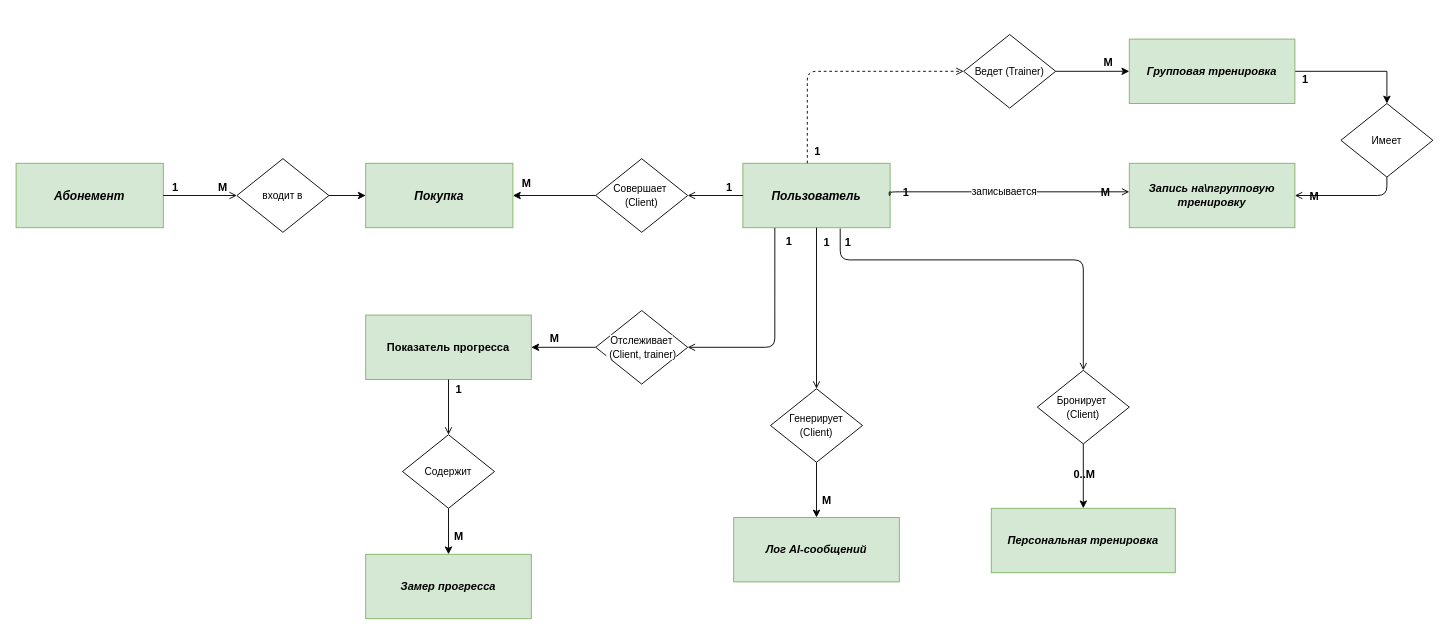
This is docs/er-conceptual.drawio from amir-kkk/fitnes_center, a draw.io file, before an edit. Source tidied: cells renumbered, new cells numbered last; positions are measured from the earlier drawing's top-left corner, leaving out a move shared by most shapes. Both pictures are drawn from the tidied source at 92%, with x=0, y=0 at pixel (16, 34).
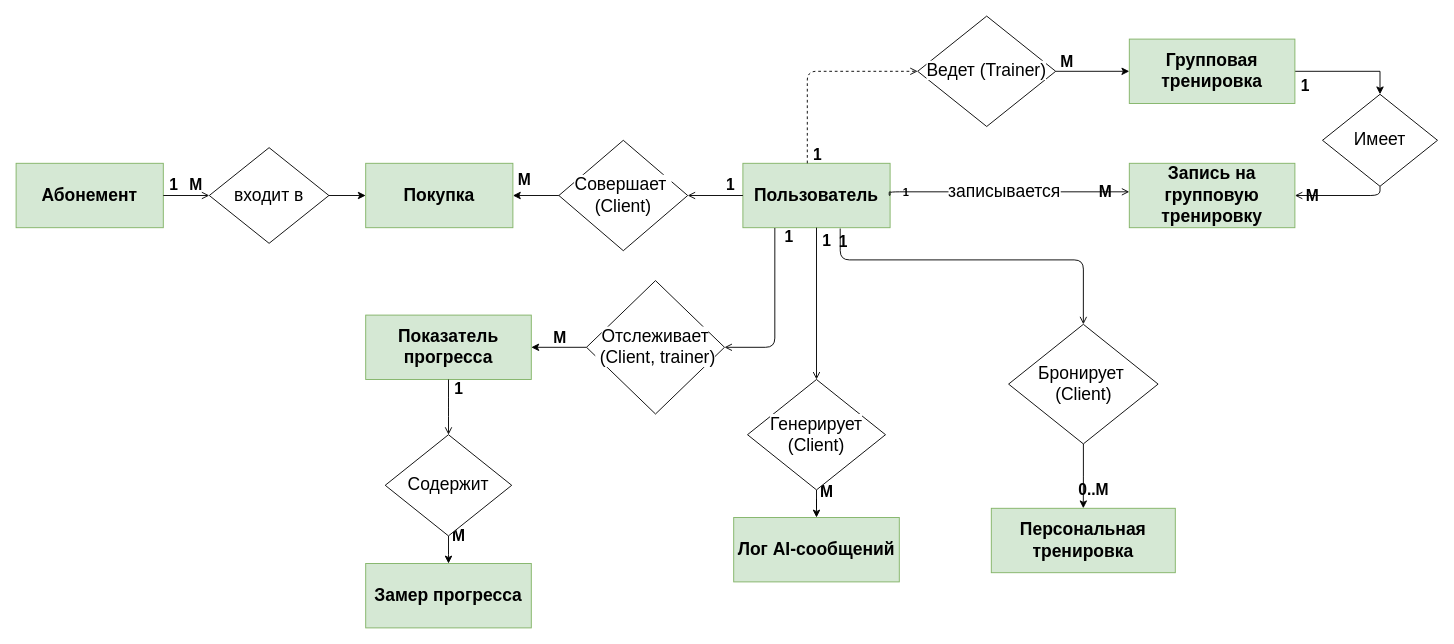
Above is the later version.

The change refers to these unchanged cells:
```xml
<mxCell id="12" style="edgeStyle=orthogonalEdgeStyle;html=1;exitX=0;exitY=0.5;exitDx=0;exitDy=0;fontSize=11;endArrow=open;endFill=0;" parent="1" edge="1" source="2" target="42">
  <mxGeometry relative="1" as="geometry" />
</mxCell>
<mxCell id="15" style="edgeStyle=orthogonalEdgeStyle;html=1;fontSize=11;endArrow=open;endFill=0;entryX=0;entryY=0.5;entryDx=0;entryDy=0;" parent="1" edge="1" source="3" target="40">
  <mxGeometry relative="1" as="geometry" />
</mxCell>
<mxCell id="21" style="edgeStyle=orthogonalEdgeStyle;html=1;fontSize=11;endArrow=open;endFill=0;exitX=0.5;exitY=1;exitDx=0;exitDy=0;" parent="1" edge="1" source="47" target="7">
  <mxGeometry relative="1" as="geometry" />
</mxCell>
<mxCell id="24" style="edgeStyle=orthogonalEdgeStyle;html=1;fontSize=11;endArrow=open;endFill=0;dashed=1;entryX=0;entryY=0.5;entryDx=0;entryDy=0;" parent="1" edge="1" source="2" target="44">
  <mxGeometry x="0.19" relative="1" as="geometry">
    <Array as="points">
      <mxPoint x="860" y="40" />
    </Array>
  </mxGeometry>
</mxCell>
<mxCell id="27" style="edgeStyle=orthogonalEdgeStyle;html=1;fontSize=11;endArrow=open;endFill=0;dashed=0;entryX=0.5;entryY=0;entryDx=0;entryDy=0;exitX=0.661;exitY=1.013;exitDx=0;exitDy=0;exitPerimeter=0;" parent="1" edge="1" source="2" target="46">
  <mxGeometry relative="1" as="geometry">
    <Array as="points">
      <mxPoint x="896" y="245" />
      <mxPoint x="1160" y="245" />
    </Array>
  </mxGeometry>
</mxCell>
<mxCell id="30" style="edgeStyle=orthogonalEdgeStyle;html=1;fontSize=11;endArrow=open;endFill=0;exitX=0.217;exitY=1.005;exitDx=0;exitDy=0;exitPerimeter=0;entryX=1;entryY=0.5;entryDx=0;entryDy=0;" parent="1" edge="1" source="2" target="49">
  <mxGeometry relative="1" as="geometry">
    <Array as="points">
      <mxPoint x="825" y="340" />
    </Array>
  </mxGeometry>
</mxCell>
<mxCell id="33" style="edgeStyle=orthogonalEdgeStyle;html=1;fontSize=11;endArrow=open;endFill=0;" parent="1" edge="1" source="9" target="51">
  <mxGeometry relative="1" as="geometry" />
</mxCell>
<mxCell id="36" style="edgeStyle=orthogonalEdgeStyle;html=1;fontSize=11;endArrow=open;endFill=0;" parent="1" edge="1" source="2" target="53">
  <mxGeometry relative="1" as="geometry" />
</mxCell>
```

What changed in the source:
```diff
@@
-    <mxCell id="2" value="&lt;i&gt;Пользователь&lt;/i&gt;" style="rectangle;whiteSpace=wrap;html=1;fillColor=#d5e8d4;strokeColor=#82b366;fontSize=13;fontStyle=1;" parent="1" vertex="1">
+    <mxCell id="2" value="&lt;span&gt;Пользователь&lt;/span&gt;" style="rectangle;whiteSpace=wrap;html=1;fillColor=#d5e8d4;strokeColor=#82b366;fontSize=19;fontStyle=1;" parent="1" vertex="1">
       <mxGeometry x="790" y="140" width="160" height="70" as="geometry" />
     </mxCell>
-    <mxCell id="3" value="&lt;i&gt;Абонемент&lt;/i&gt;" style="rectangle;whiteSpace=wrap;html=1;fillColor=#d5e8d4;strokeColor=#82b366;fontSize=13;fontStyle=1;" parent="1" vertex="1">
+    <mxCell id="3" value="&lt;span&gt;Абонемент&lt;/span&gt;" style="rectangle;whiteSpace=wrap;html=1;fillColor=#d5e8d4;strokeColor=#82b366;fontSize=19;fontStyle=1;" parent="1" vertex="1">
       <mxGeometry y="140" width="160" height="70" as="geometry" />
     </mxCell>
-    <mxCell id="4" value="&lt;i&gt;Покупка&lt;/i&gt;" style="rectangle;whiteSpace=wrap;html=1;fillColor=#d5e8d4;strokeColor=#82b366;fontSize=13;fontStyle=1;" parent="1" vertex="1">
+    <mxCell id="4" value="&lt;span&gt;Покупка&lt;/span&gt;" style="rectangle;whiteSpace=wrap;html=1;fillColor=#d5e8d4;strokeColor=#82b366;fontSize=19;fontStyle=1;" parent="1" vertex="1">
       <mxGeometry x="380" y="140" width="160" height="70" as="geometry" />
     </mxCell>
@@
-    <mxCell id="6" value="&lt;i&gt;Групповая тренировка&lt;/i&gt;" style="rectangle;whiteSpace=wrap;html=1;fillColor=#d5e8d4;strokeColor=#82b366;fontSize=12;fontStyle=1;" parent="1" vertex="1">
+    <mxCell id="6" value="&lt;span&gt;Групповая тренировка&lt;/span&gt;" style="rectangle;whiteSpace=wrap;html=1;fillColor=#d5e8d4;strokeColor=#82b366;fontSize=19;fontStyle=1;" parent="1" vertex="1">
       <mxGeometry x="1210" y="5" width="180" height="70" as="geometry" />
     </mxCell>
-    <mxCell id="7" value="&lt;i&gt;Запись на\nгрупповую тренировку&lt;/i&gt;" style="rectangle;whiteSpace=wrap;html=1;fillColor=#d5e8d4;strokeColor=#82b366;fontSize=12;fontStyle=1;" parent="1" vertex="1">
+    <mxCell id="7" value="&lt;span&gt;Запись на групповую тренировку&lt;/span&gt;" style="rectangle;whiteSpace=wrap;html=1;fillColor=#d5e8d4;strokeColor=#82b366;fontSize=19;fontStyle=1;" parent="1" vertex="1">
       <mxGeometry x="1210" y="140" width="180" height="70" as="geometry" />
     </mxCell>
-    <mxCell id="8" value="&lt;i&gt;Персональная тренировка&lt;/i&gt;" style="rectangle;whiteSpace=wrap;html=1;fillColor=#d5e8d4;strokeColor=#82b366;fontSize=12;fontStyle=1;" parent="1" vertex="1">
+    <mxCell id="8" value="&lt;span&gt;Персональная тренировка&lt;/span&gt;" style="rectangle;whiteSpace=wrap;html=1;fillColor=#d5e8d4;strokeColor=#82b366;fontSize=19;fontStyle=1;" parent="1" vertex="1">
       <mxGeometry x="1060" y="515" width="200" height="70" as="geometry" />
     </mxCell>
-    <mxCell id="9" value="Показатель прогресса" style="rectangle;whiteSpace=wrap;html=1;fillColor=#d5e8d4;strokeColor=#82b366;fontSize=12;fontStyle=1;" parent="1" vertex="1">
+    <mxCell id="9" value="Показатель прогресса" style="rectangle;whiteSpace=wrap;html=1;fillColor=#d5e8d4;strokeColor=#82b366;fontSize=19;fontStyle=1;" parent="1" vertex="1">
       <mxGeometry x="380" y="305" width="180" height="70" as="geometry" />
     </mxCell>
-    <mxCell id="10" value="&lt;i&gt;Замер прогресса&lt;/i&gt;" style="rectangle;whiteSpace=wrap;html=1;fillColor=#d5e8d4;strokeColor=#82b366;fontSize=12;fontStyle=1;" parent="1" vertex="1">
-      <mxGeometry x="380" y="565" width="180" height="70" as="geometry" />
+    <mxCell id="10" value="&lt;span&gt;Замер прогресса&lt;/span&gt;" style="rectangle;whiteSpace=wrap;html=1;fillColor=#d5e8d4;strokeColor=#82b366;fontSize=19;fontStyle=1;" parent="1" vertex="1">
+      <mxGeometry x="380" y="575" width="180" height="70" as="geometry" />
     </mxCell>
-    <mxCell id="11" value="&lt;i&gt;Лог AI-сообщений&lt;/i&gt;" style="rectangle;whiteSpace=wrap;html=1;fillColor=#d5e8d4;strokeColor=#82b366;fontSize=12;fontStyle=1;" parent="1" vertex="1">
+    <mxCell id="11" value="&lt;span&gt;Лог AI-сообщений&lt;/span&gt;" style="rectangle;whiteSpace=wrap;html=1;fillColor=#d5e8d4;strokeColor=#82b366;fontSize=19;fontStyle=1;" parent="1" vertex="1">
       <mxGeometry x="780" y="525" width="180" height="70" as="geometry" />
     </mxCell>
@@
-    <mxCell id="13" value="1" style="html=1;align=left;verticalAlign=bottom;fontSize=12;fontStyle=1;" parent="12" vertex="1">
+    <mxCell id="13" value="1" style="html=1;align=left;verticalAlign=bottom;fontSize=17;fontStyle=1;" parent="12" vertex="1">
       <mxGeometry x="-0.8" relative="1" as="geometry">
         <mxPoint x="-14" as="offset" />
       </mxGeometry>
     </mxCell>
-    <mxCell id="14" value="M" style="html=1;align=right;verticalAlign=bottom;fontSize=12;fontStyle=1;" parent="12" vertex="1">
+    <mxCell id="14" value="M" style="html=1;align=right;verticalAlign=bottom;fontSize=17;fontStyle=1;" parent="12" vertex="1">
       <mxGeometry x="0.8" relative="1" as="geometry">
         <mxPoint x="-176" y="-5" as="offset" />
       </mxGeometry>
     </mxCell>
@@
-    <mxCell id="16" value="1" style="html=1;align=left;verticalAlign=bottom;fontSize=12;fontStyle=1;" parent="15" vertex="1">
+    <mxCell id="16" value="1" style="html=1;align=left;verticalAlign=bottom;fontSize=17;fontStyle=1;" parent="15" vertex="1">
       <mxGeometry x="-0.8" relative="1" as="geometry" />
     </mxCell>
-    <mxCell id="17" value="M" style="html=1;align=right;verticalAlign=bottom;fontSize=12;fontStyle=1;" parent="15" vertex="1">
+    <mxCell id="17" value="M" style="html=1;align=right;verticalAlign=bottom;fontSize=17;fontStyle=1;" parent="15" vertex="1">
       <mxGeometry x="0.8" relative="1" as="geometry">
         <mxPoint x="-2" as="offset" />
       </mxGeometry>
     </mxCell>
-    <mxCell id="18" value="записывается" style="edgeStyle=orthogonalEdgeStyle;html=1;fontSize=11;endArrow=open;endFill=0;exitX=1.002;exitY=0.439;exitDx=0;exitDy=0;exitPerimeter=0;" parent="1" edge="1" source="2" target="7">
+    <mxCell id="18" value="записывается" style="edgeStyle=orthogonalEdgeStyle;html=1;fontSize=19;endArrow=open;endFill=0;exitX=1.002;exitY=0.439;exitDx=0;exitDy=0;exitPerimeter=0;" parent="1" edge="1" source="2" target="7">
       <mxGeometry relative="1" as="geometry">
         <Array as="points">
           <mxPoint x="949" y="171" />
           <mxPoint x="949" y="175" />
           <mxPoint x="950" y="175" />
           <mxPoint x="950" y="171" />
         </Array>
       </mxGeometry>
     </mxCell>
@@
-    <mxCell id="20" value="M" style="html=1;fontSize=12;fontStyle=1;" parent="18" vertex="1">
+    <mxCell id="20" value="M" style="html=1;fontSize=17;fontStyle=1;" parent="18" vertex="1">
       <mxGeometry x="0.8" relative="1" as="geometry" />
     </mxCell>
@@
-    <mxCell id="22" value="1" style="html=1;fontSize=12;fontStyle=1;" parent="21" vertex="1">
+    <mxCell id="22" value="1" style="html=1;fontSize=17;fontStyle=1;" parent="21" vertex="1">
       <mxGeometry x="-0.8" relative="1" as="geometry">
-        <mxPoint x="-90" y="-119" as="offset" />
+        <mxPoint x="-82" y="-119" as="offset" />
       </mxGeometry>
     </mxCell>
-    <mxCell id="23" value="M" style="html=1;fontSize=12;fontStyle=1;" parent="21" vertex="1">
+    <mxCell id="23" value="M" style="html=1;fontSize=17;fontStyle=1;" parent="21" vertex="1">
       <mxGeometry x="0.8" relative="1" as="geometry">
         <mxPoint x="8" as="offset" />
       </mxGeometry>
     </mxCell>
@@
-    <mxCell id="25" value="1" style="html=1;fontSize=12;fontStyle=1;" parent="24" vertex="1">
+    <mxCell id="25" value="1" style="html=1;fontSize=17;fontStyle=1;" parent="24" vertex="1">
       <mxGeometry x="-0.8" relative="1" as="geometry">
         <mxPoint x="10" y="13" as="offset" />
       </mxGeometry>
     </mxCell>
-    <mxCell id="26" value="M" style="html=1;fontSize=12;fontStyle=1;" parent="24" vertex="1">
+    <mxCell id="26" value="M" style="html=1;fontSize=17;fontStyle=1;" parent="24" vertex="1">
       <mxGeometry x="0.8" relative="1" as="geometry">
         <mxPoint x="183" y="-10" as="offset" />
       </mxGeometry>
     </mxCell>
@@
-    <mxCell id="28" value="1" style="html=1;fontSize=12;fontStyle=1;" parent="27" vertex="1">
+    <mxCell id="28" value="1" style="html=1;fontSize=17;fontStyle=1;" parent="27" vertex="1">
       <mxGeometry x="-0.8" relative="1" as="geometry">
         <mxPoint y="-20" as="offset" />
       </mxGeometry>
     </mxCell>
-    <mxCell id="29" value="0..M" style="html=1;fontSize=12;fontStyle=1;" parent="27" vertex="1">
+    <mxCell id="29" value="0..M" style="html=1;fontSize=17;fontStyle=1;" parent="27" vertex="1">
       <mxGeometry x="0.8" relative="1" as="geometry">
-        <mxPoint y="156" as="offset" />
+        <mxPoint x="10" y="217" as="offset" />
       </mxGeometry>
     </mxCell>
@@
-    <mxCell id="31" value="1" style="html=1;fontSize=12;fontStyle=1;" parent="30" vertex="1">
+    <mxCell id="31" value="1" style="html=1;fontSize=17;fontStyle=1;" parent="30" vertex="1">
       <mxGeometry x="-0.8" relative="1" as="geometry">
         <mxPoint x="15" y="-8" as="offset" />
       </mxGeometry>
     </mxCell>
-    <mxCell id="32" value="M" style="html=1;fontSize=12;fontStyle=1;" parent="30" vertex="1">
+    <mxCell id="32" value="M" style="html=1;fontSize=17;fontStyle=1;" parent="30" vertex="1">
       <mxGeometry x="0.8" relative="1" as="geometry">
-        <mxPoint x="-168" y="-10" as="offset" />
+        <mxPoint x="-198" y="-10" as="offset" />
       </mxGeometry>
     </mxCell>
@@
-    <mxCell id="34" value="1" style="html=1;fontSize=12;fontStyle=1;" parent="33" vertex="1">
+    <mxCell id="34" value="1" style="html=1;fontSize=17;fontStyle=1;" parent="33" vertex="1">
       <mxGeometry x="-0.8" relative="1" as="geometry">
         <mxPoint x="10" y="4" as="offset" />
       </mxGeometry>
     </mxCell>
-    <mxCell id="35" value="M" style="html=1;fontSize=12;fontStyle=1;" parent="33" vertex="1">
+    <mxCell id="35" value="M" style="html=1;fontSize=17;fontStyle=1;" parent="33" vertex="1">
       <mxGeometry x="0.8" relative="1" as="geometry">
         <mxPoint x="10" y="116" as="offset" />
       </mxGeometry>
     </mxCell>
@@
-    <mxCell id="37" value="1" style="html=1;fontSize=12;fontStyle=1;" parent="36" vertex="1">
+    <mxCell id="37" value="1" style="html=1;fontSize=17;fontStyle=1;" parent="36" vertex="1">
       <mxGeometry x="-0.8" relative="1" as="geometry">
         <mxPoint x="10" y="-2" as="offset" />
       </mxGeometry>
     </mxCell>
-    <mxCell id="38" value="M" style="html=1;fontSize=12;fontStyle=1;" parent="36" vertex="1">
+    <mxCell id="38" value="M" style="html=1;fontSize=17;fontStyle=1;" parent="36" vertex="1">
       <mxGeometry x="0.8" relative="1" as="geometry">
         <mxPoint x="10" y="138" as="offset" />
       </mxGeometry>
     </mxCell>
@@
-    <mxCell id="40" value="&lt;span style=&quot;font-size: 11px; text-wrap-mode: nowrap; background-color: rgb(255, 255, 255);&quot;&gt;входит в&lt;/span&gt;" style="rhombus;whiteSpace=wrap;html=1;" parent="1" vertex="1">
-      <mxGeometry x="240" y="135" width="100" height="80" as="geometry" />
+    <mxCell id="40" value="&lt;span style=&quot;text-wrap-mode: nowrap; background-color: rgb(255, 255, 255);&quot;&gt;входит в&lt;/span&gt;" style="rhombus;whiteSpace=wrap;html=1;fontSize=19;" parent="1" vertex="1">
+      <mxGeometry x="210" y="123" width="130" height="104" as="geometry" />
     </mxCell>
@@
-    <mxCell id="42" value="&lt;span style=&quot;font-size: 11px; text-wrap-mode: nowrap; background-color: rgb(255, 255, 255);&quot;&gt;Совершает&amp;nbsp;&lt;/span&gt;&lt;div&gt;&lt;span style=&quot;font-size: 11px; text-wrap-mode: nowrap; background-color: rgb(255, 255, 255);&quot;&gt;(Client)&lt;/span&gt;&lt;/div&gt;" style="rhombus;whiteSpace=wrap;html=1;" parent="1" vertex="1">
-      <mxGeometry x="630" y="135" width="100" height="80" as="geometry" />
+    <mxCell id="42" value="&lt;span style=&quot;text-wrap-mode: nowrap; background-color: rgb(255, 255, 255);&quot;&gt;Совершает&amp;nbsp;&lt;/span&gt;&lt;div&gt;&lt;span style=&quot;text-wrap-mode: nowrap; background-color: rgb(255, 255, 255);&quot;&gt;(Client)&lt;/span&gt;&lt;/div&gt;" style="rhombus;whiteSpace=wrap;html=1;fontSize=19;" parent="1" vertex="1">
+      <mxGeometry x="590" y="115" width="140" height="120" as="geometry" />
     </mxCell>
@@
-    <mxCell id="44" value="&lt;span style=&quot;font-size: 11px; text-wrap-mode: nowrap; background-color: rgb(255, 255, 255);&quot;&gt;Ведет (Trainer)&lt;/span&gt;" style="rhombus;whiteSpace=wrap;html=1;" parent="1" vertex="1">
-      <mxGeometry x="1030" width="100" height="80" as="geometry" />
+    <mxCell id="44" value="&lt;span style=&quot;text-wrap-mode: nowrap; background-color: rgb(255, 255, 255);&quot;&gt;Ведет (Trainer)&lt;/span&gt;" style="rhombus;whiteSpace=wrap;html=1;fontSize=19;" parent="1" vertex="1">
+      <mxGeometry x="980" y="-20" width="150" height="120" as="geometry" />
     </mxCell>
@@
-    <mxCell id="46" value="&lt;span style=&quot;font-size: 11px; text-wrap-mode: nowrap; background-color: rgb(255, 255, 255);&quot;&gt;Бронирует&amp;nbsp;&lt;/span&gt;&lt;div&gt;&lt;span style=&quot;font-size: 11px; text-wrap-mode: nowrap; background-color: rgb(255, 255, 255);&quot;&gt;(Client)&lt;/span&gt;&lt;/div&gt;" style="rhombus;whiteSpace=wrap;html=1;" parent="1" vertex="1">
-      <mxGeometry x="1110" y="365" width="100" height="80" as="geometry" />
+    <mxCell id="46" value="&lt;span style=&quot;text-wrap-mode: nowrap; background-color: rgb(255, 255, 255);&quot;&gt;Бронирует&amp;nbsp;&lt;/span&gt;&lt;div&gt;&lt;span style=&quot;text-wrap-mode: nowrap; background-color: rgb(255, 255, 255);&quot;&gt;(Client)&lt;/span&gt;&lt;/div&gt;" style="rhombus;whiteSpace=wrap;html=1;fontSize=19;" parent="1" vertex="1">
+      <mxGeometry x="1078.8" y="315" width="162.5" height="130" as="geometry" />
     </mxCell>
-    <mxCell id="47" value="&lt;span style=&quot;font-size: 11px; text-wrap-mode: nowrap; background-color: rgb(255, 255, 255);&quot;&gt;Имеет&lt;/span&gt;" style="rhombus;whiteSpace=wrap;html=1;" parent="1" vertex="1">
-      <mxGeometry x="1440" y="75" width="100" height="80" as="geometry" />
+    <mxCell id="47" value="&lt;span style=&quot;text-wrap-mode: nowrap; background-color: rgb(255, 255, 255);&quot;&gt;Имеет&lt;/span&gt;" style="rhombus;whiteSpace=wrap;html=1;fontSize=19;" parent="1" vertex="1">
+      <mxGeometry x="1420" y="65" width="125" height="100" as="geometry" />
     </mxCell>
@@
-    <mxCell id="49" value="&lt;span style=&quot;font-size: 11px; text-wrap-mode: nowrap; background-color: rgb(255, 255, 255);&quot;&gt;Отслеживает&lt;/span&gt;&lt;div&gt;&lt;span style=&quot;font-size: 11px; text-wrap-mode: nowrap; background-color: rgb(255, 255, 255);&quot;&gt;&amp;nbsp;(Client, trainer)&lt;/span&gt;&lt;/div&gt;" style="rhombus;whiteSpace=wrap;html=1;" parent="1" vertex="1">
-      <mxGeometry x="630" y="300" width="100" height="80" as="geometry" />
+    <mxCell id="49" value="&lt;span style=&quot;text-wrap-mode: nowrap; background-color: rgb(255, 255, 255);&quot;&gt;Отслеживает&lt;/span&gt;&lt;div&gt;&lt;span style=&quot;text-wrap-mode: nowrap; background-color: rgb(255, 255, 255);&quot;&gt;&amp;nbsp;(Client, trainer)&lt;/span&gt;&lt;/div&gt;" style="rhombus;whiteSpace=wrap;html=1;fontSize=19;" parent="1" vertex="1">
+      <mxGeometry x="620" y="267.5" width="150" height="145" as="geometry" />
     </mxCell>
@@
-    <mxCell id="51" value="&lt;span style=&quot;font-size: 11px; text-wrap-mode: nowrap; background-color: rgb(255, 255, 255);&quot;&gt;Содержит&lt;/span&gt;" style="rhombus;whiteSpace=wrap;html=1;" parent="1" vertex="1">
-      <mxGeometry x="420" y="435" width="100" height="80" as="geometry" />
+    <mxCell id="51" value="&lt;span style=&quot;text-wrap-mode: nowrap; background-color: rgb(255, 255, 255);&quot;&gt;Содержит&lt;/span&gt;" style="rhombus;whiteSpace=wrap;html=1;fontSize=19;" parent="1" vertex="1">
+      <mxGeometry x="401.2" y="435" width="137.5" height="110" as="geometry" />
     </mxCell>
@@
-    <mxCell id="53" value="&lt;span style=&quot;font-size: 11px; text-wrap-mode: nowrap; background-color: rgb(255, 255, 255);&quot;&gt;Генерирует&lt;/span&gt;&lt;div&gt;&lt;span style=&quot;font-size: 11px; text-wrap-mode: nowrap; background-color: rgb(255, 255, 255);&quot;&gt;(Client)&lt;/span&gt;&lt;/div&gt;" style="rhombus;whiteSpace=wrap;html=1;" parent="1" vertex="1">
-      <mxGeometry x="820" y="385" width="100" height="80" as="geometry" />
+    <mxCell id="53" value="&lt;span style=&quot;text-wrap-mode: nowrap; background-color: rgb(255, 255, 255);&quot;&gt;Генерирует&lt;/span&gt;&lt;div&gt;&lt;span style=&quot;text-wrap-mode: nowrap; background-color: rgb(255, 255, 255);&quot;&gt;(Client)&lt;/span&gt;&lt;/div&gt;" style="rhombus;whiteSpace=wrap;html=1;fontSize=19;" parent="1" vertex="1">
+      <mxGeometry x="795" y="375" width="150" height="120" as="geometry" />
     </mxCell>
```
